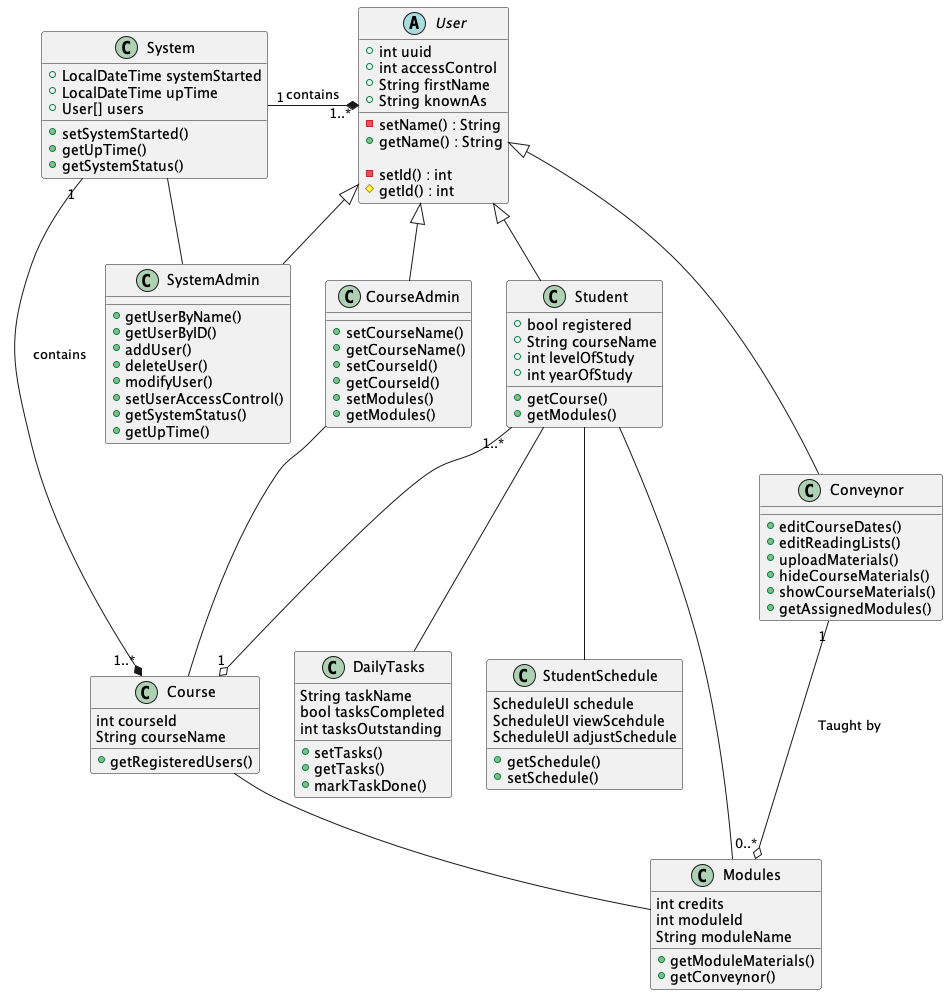
Before: Class_Diagram.png, a diagram exported from PlantUML (youssefsadquy/Study-Scheduler).
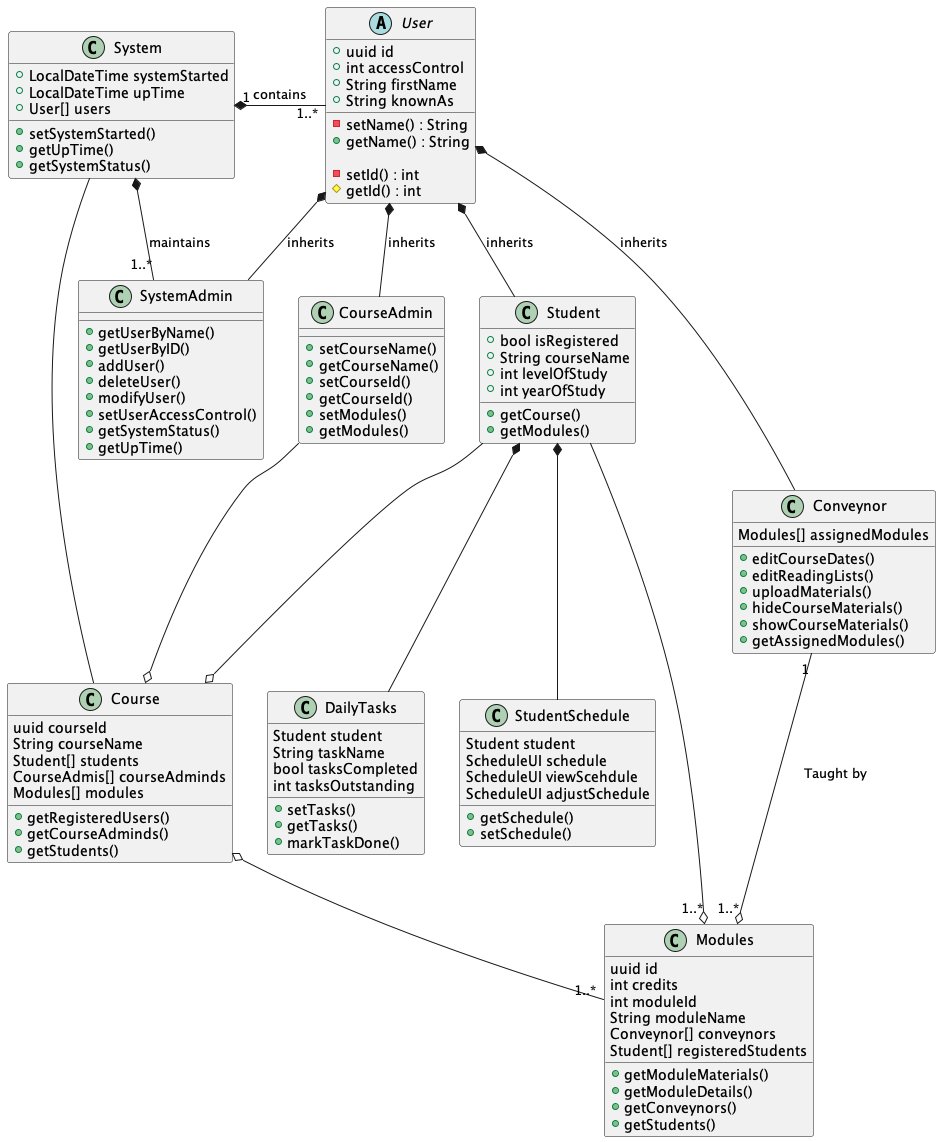
The same file after the commit.

Commit message:
Generate new class_diagram.png from updated uml source.

The edit, as a diff of the source:
```diff
@@ -11,7 +11,7 @@
 }
 
 abstract User {
-    + int uuid
+    + uuid id
     + int accessControl
     + String firstName
     + String knownAs
@@ -24,7 +24,7 @@
 }
 
 class Student {
-    + bool registered
+    + bool isRegistered
     + String courseName
     + int levelOfStudy
     + int yearOfStudy
@@ -34,6 +34,7 @@
 }
 
 class Conveynor {
+    Modules[] assignedModules
     + editCourseDates()
     + editReadingLists()
     + uploadMaterials()
@@ -63,12 +64,18 @@
 }
 
 class Course {
-    int courseId
+    uuid courseId
     String courseName
+    Student[] students
+    CourseAdmis[] courseAdminds
+    Modules[] modules
     + getRegisteredUsers()
+    + getCourseAdminds()
+    + getStudents()
 }
 
 class DailyTasks {
+    Student student
     String taskName
     bool tasksCompleted
     int tasksOutstanding
@@ -79,6 +86,7 @@
 }
 
 class StudentSchedule {
+    Student student
     ScheduleUI schedule
     ScheduleUI viewScehdule
     ScheduleUI adjustSchedule
@@ -87,31 +95,37 @@
 }
 
 class Modules {
+    uuid id
     int credits
     int moduleId
     String moduleName
+    Conveynor[] conveynors
+    Student[] registeredStudents
 
     + getModuleMaterials()
-    + getConveynor()
+    + getModuleDetails()
+    + getConveynors()
+    + getStudents()
 }
 
-System "1" -* "1..*" User : contains
-System "1" -* "1..*" Course : contains
-System -- SystemAdmin
+System "1" *- "1..*" User : contains
 
-User <|-- Conveynor
-User <|-- SystemAdmin
-User <|-- CourseAdmin
-User <|-- Student
+System -- Course
+System *- "1..*" SystemAdmin : maintains
 
-Course -up- CourseAdmin
-Course -- Modules
+User *-- Conveynor : inherits
+User *-- SystemAdmin : inherits
+User *-- CourseAdmin : inherits
+User *-- Student : inherits
 
-Conveynor "1" --o "0..*" Modules : "Taught by"
-Student "1..*" --o "1" Course
-Student - Modules
+Course o-up- CourseAdmin
+Course o-- "1..*" Modules
 
-Student -- DailyTasks
-Student -- StudentSchedule
+Conveynor "1" --o "1..*" Modules : "Taught by"
+Student --o Course
+Student -o "1..*" Modules
+
+Student *-- DailyTasks
+Student *-- StudentSchedule
 
 @enduml
```
